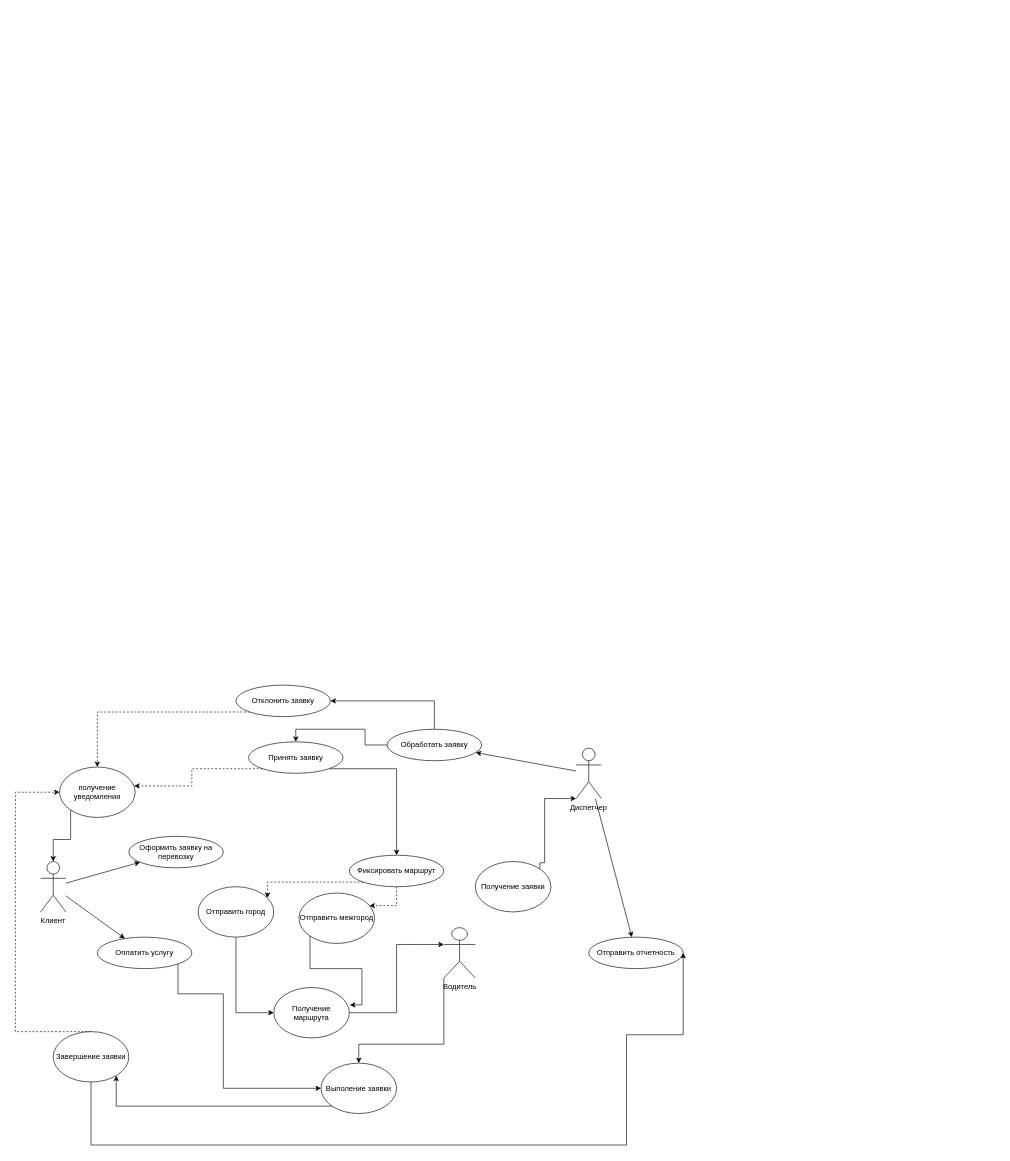
The draw.io diagram page "Автобаза - Прецеденты" (1 of 4) of Диаграмма без названия.drawio in MOLLIP-merzota/-, before the edit. Source tidied: cells renumbered, new cells numbered last; positions are measured from the earlier drawing's top-left corner, leaving out a move shared by most shapes. Both pictures are drawn from the tidied source at 63%, with x=0, y=0 at pixel (15, 685).
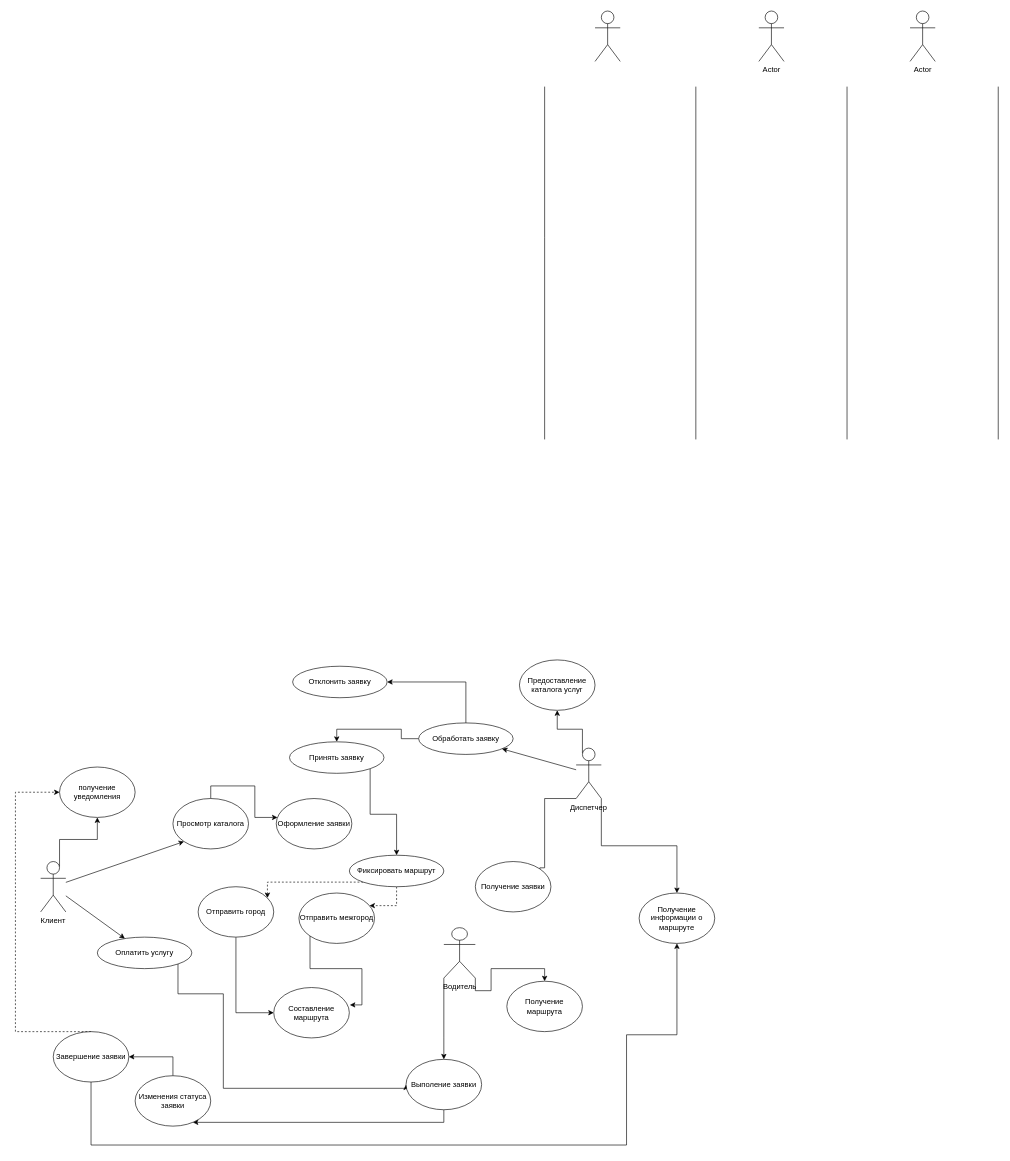
The same page after the edit.

The change refers to these unchanged cells:
```xml
<mxCell id="2" value="Клиент" style="shape=umlActor;verticalLabelPosition=bottom;verticalAlign=top;" parent="1" vertex="1">
  <mxGeometry x="40" y="280" width="40" height="80" as="geometry" />
</mxCell>
<mxCell id="3" value="Диспетчер" style="shape=umlActor;verticalLabelPosition=bottom;verticalAlign=top;" parent="1" vertex="1">
  <mxGeometry x="890" y="100" width="40" height="80" as="geometry" />
</mxCell>
<mxCell id="23" value="получение уведомления" style="ellipse;whiteSpace=wrap;html=1;" parent="1" vertex="1">
  <mxGeometry x="70" y="130" width="120" height="80" as="geometry" />
</mxCell>
<mxCell id="26" value="Водитель" style="shape=umlActor;verticalLabelPosition=bottom;verticalAlign=top;html=1;outlineConnect=0;" parent="1" vertex="1">
  <mxGeometry x="680" y="385" width="50" height="80" as="geometry" />
</mxCell>
<mxCell id="37" value="Завершение заявки" style="ellipse;whiteSpace=wrap;html=1;" parent="1" vertex="1">
  <mxGeometry x="60" y="550" width="120" height="80" as="geometry" />
</mxCell>
<mxCell id="38" value="Получение заявки" style="ellipse;whiteSpace=wrap;html=1;" parent="1" vertex="1">
  <mxGeometry x="730" y="280" width="120" height="80" as="geometry" />
</mxCell>
```

Change to the diagram source:
```diff
@@
+    <mxCell id="40" style="edgeStyle=orthogonalEdgeStyle;rounded=0;jettySize=auto;html=1;exitX=0.75;exitY=0.1;exitDx=0;exitDy=0;exitPerimeter=0;" parent="1" edge="1" source="2" target="23">
+      <mxGeometry relative="1" as="geometry" />
+    </mxCell>
@@
+    <mxCell id="41" style="edgeStyle=orthogonalEdgeStyle;rounded=0;jettySize=auto;html=1;exitX=1;exitY=1;exitDx=0;exitDy=0;exitPerimeter=0;" parent="1" edge="1" source="3" target="45">
+      <mxGeometry relative="1" as="geometry" />
+    </mxCell>
+    <mxCell id="42" style="edgeStyle=orthogonalEdgeStyle;rounded=0;jettySize=auto;html=1;exitX=0.25;exitY=0.1;exitDx=0;exitDy=0;exitPerimeter=0;" parent="1" edge="1" source="3" target="52">
+      <mxGeometry relative="1" as="geometry" />
+    </mxCell>
@@
-    <mxCell id="4" value="Оформить заявку на перевозку" style="ellipse;whiteSpace=wrap;" parent="1" vertex="1">
-      <mxGeometry x="180" y="240" width="150" height="50" as="geometry" />
-    </mxCell>
@@
     <mxCell id="9" value="Обработать заявку" style="ellipse;whiteSpace=wrap;" parent="1" vertex="1">
-      <mxGeometry x="590" y="70" width="150" height="50" as="geometry" />
+      <mxGeometry x="640" y="60" width="150" height="50" as="geometry" />
     </mxCell>
-    <mxCell id="10" style="edgeStyle=orthogonalEdgeStyle;rounded=0;jettySize=auto;html=1;exitX=0;exitY=1;exitDx=0;exitDy=0;dashed=1;" parent="1" edge="1" source="11" target="23">
-      <mxGeometry relative="1" as="geometry" />
-    </mxCell>
     <mxCell id="11" value="Отклонить заявку" style="ellipse;whiteSpace=wrap;" parent="1" vertex="1">
-      <mxGeometry x="350" width="150" height="50" as="geometry" />
+      <mxGeometry x="440" y="-30" width="150" height="50" as="geometry" />
     </mxCell>
@@
-    <mxCell id="15" value="Отправить отчетность" style="ellipse;whiteSpace=wrap;" parent="1" vertex="1">
-      <mxGeometry x="910" y="400" width="150" height="50" as="geometry" />
-    </mxCell>
-    <mxCell id="16" parent="1" edge="1" source="2" target="4">
+    <mxCell id="16" style="entryX=0;entryY=1;entryDx=0;entryDy=0;" parent="1" edge="1" source="2" target="49">
       <mxGeometry relative="1" as="geometry" />
     </mxCell>
@@
-    <mxCell id="19" parent="1" edge="1" source="3" target="15">
-      <mxGeometry relative="1" as="geometry" />
-    </mxCell>
@@
     <mxCell id="21" value="Принять заявку" style="ellipse;whiteSpace=wrap;html=1;" parent="1" vertex="1">
-      <mxGeometry x="370" y="90" width="150" height="50" as="geometry" />
+      <mxGeometry x="435" y="90" width="150" height="50" as="geometry" />
     </mxCell>
-    <mxCell id="22" style="edgeStyle=orthogonalEdgeStyle;rounded=0;jettySize=auto;html=1;exitX=0;exitY=1;exitDx=0;exitDy=0;" parent="1" edge="1" source="23" target="2">
-      <mxGeometry relative="1" as="geometry" />
-    </mxCell>
@@
-    <mxCell id="24" style="edgeStyle=orthogonalEdgeStyle;rounded=0;jettySize=auto;html=1;exitX=0;exitY=1;exitDx=0;exitDy=0;entryX=0.987;entryY=0.375;entryDx=0;entryDy=0;entryPerimeter=0;dashed=1;" parent="1" edge="1" source="21" target="23">
-      <mxGeometry relative="1" as="geometry" />
-    </mxCell>
     <mxCell id="25" style="edgeStyle=orthogonalEdgeStyle;rounded=0;jettySize=auto;html=1;exitX=0;exitY=1;exitDx=0;exitDy=0;exitPerimeter=0;" parent="1" edge="1" source="26" target="34">
       <mxGeometry relative="1" as="geometry">
         <Array as="points">
-          <mxPoint x="680" y="570" />
-          <mxPoint x="545" y="570" />
+          <mxPoint x="680" y="560" />
+          <mxPoint x="680" y="560" />
         </Array>
       </mxGeometry>
     </mxCell>
+    <mxCell id="43" style="edgeStyle=orthogonalEdgeStyle;rounded=0;jettySize=auto;html=1;exitX=1;exitY=1;exitDx=0;exitDy=0;exitPerimeter=0;" parent="1" edge="1" source="26" target="51">
+      <mxGeometry relative="1" as="geometry" />
+    </mxCell>
@@
-    <mxCell id="27" value="Получение маршрута" style="ellipse;whiteSpace=wrap;html=1;" parent="1" vertex="1">
+    <mxCell id="27" value="Составление маршрута" style="ellipse;whiteSpace=wrap;html=1;" parent="1" vertex="1">
       <mxGeometry x="410" y="480" width="120" height="80" as="geometry" />
     </mxCell>
-    <mxCell id="28" style="edgeStyle=orthogonalEdgeStyle;rounded=0;jettySize=auto;html=1;exitX=1;exitY=0.5;exitDx=0;exitDy=0;entryX=0;entryY=0.3333333333333333;entryDx=0;entryDy=0;entryPerimeter=0;" parent="1" edge="1" source="27" target="26">
-      <mxGeometry relative="1" as="geometry" />
-    </mxCell>
@@
-    <mxCell id="33" style="edgeStyle=orthogonalEdgeStyle;rounded=0;jettySize=auto;html=1;exitX=0;exitY=1;exitDx=0;exitDy=0;" parent="1" edge="1" source="34" target="37">
-      <mxGeometry relative="1" as="geometry">
-        <Array as="points">
-          <mxPoint x="160" y="668" />
-        </Array>
-      </mxGeometry>
-    </mxCell>
+    <mxCell id="44" style="edgeStyle=orthogonalEdgeStyle;rounded=0;jettySize=auto;html=1;exitX=0.5;exitY=1;exitDx=0;exitDy=0;" parent="1" edge="1" source="34" target="47">
+      <mxGeometry relative="1" as="geometry">
+        <Array as="points">
+          <mxPoint x="680" y="694" />
+          <mxPoint x="300" y="694" />
+        </Array>
+      </mxGeometry>
+    </mxCell>
     <mxCell id="34" value="Выполение заявки" style="ellipse;whiteSpace=wrap;html=1;" parent="1" vertex="1">
-      <mxGeometry x="485" y="600" width="120" height="80" as="geometry" />
+      <mxGeometry x="620" y="594" width="120" height="80" as="geometry" />
     </mxCell>
@@
-    <mxCell id="36" style="edgeStyle=orthogonalEdgeStyle;rounded=0;jettySize=auto;html=1;exitX=0.5;exitY=1;exitDx=0;exitDy=0;entryX=1;entryY=0.5;entryDx=0;entryDy=0;" parent="1" edge="1" source="37" target="15">
+    <mxCell id="36" style="edgeStyle=orthogonalEdgeStyle;rounded=0;jettySize=auto;html=1;exitX=0.5;exitY=1;exitDx=0;exitDy=0;entryX=0.5;entryY=1;entryDx=0;entryDy=0;" parent="1" edge="1" source="37" target="45">
       <mxGeometry relative="1" as="geometry">
         <Array as="points">
           <mxPoint x="120" y="730" />
           <mxPoint x="970" y="730" />
           <mxPoint x="970" y="555" />
+          <mxPoint x="1050" y="555" />
         </Array>
       </mxGeometry>
     </mxCell>
@@
-    <mxCell id="39" style="edgeStyle=orthogonalEdgeStyle;rounded=0;jettySize=auto;html=1;exitX=1;exitY=0;exitDx=0;exitDy=0;entryX=0;entryY=1;entryDx=0;entryDy=0;entryPerimeter=0;" parent="1" edge="1" source="38" target="3">
+    <mxCell id="39" style="edgeStyle=orthogonalEdgeStyle;rounded=0;jettySize=auto;html=1;exitX=1;exitY=0;exitDx=0;exitDy=0;entryX=0;entryY=1;entryDx=0;entryDy=0;entryPerimeter=0;endArrow=none;startFill=0;" parent="1" edge="1" source="38" target="3">
       <mxGeometry relative="1" as="geometry">
         <Array as="points">
-          <mxPoint x="840" y="282" />
+          <mxPoint x="832" y="290" />
+          <mxPoint x="840" y="290" />
           <mxPoint x="840" y="180" />
         </Array>
       </mxGeometry>
     </mxCell>
+    <mxCell id="45" value="Получение информации о маршруте" style="ellipse;whiteSpace=wrap;html=1;" parent="1" vertex="1">
+      <mxGeometry x="990" y="330" width="120" height="80" as="geometry" />
+    </mxCell>
+    <mxCell id="46" style="edgeStyle=orthogonalEdgeStyle;rounded=0;jettySize=auto;html=1;exitX=0.5;exitY=0;exitDx=0;exitDy=0;" parent="1" edge="1" source="47" target="37">
+      <mxGeometry relative="1" as="geometry" />
+    </mxCell>
+    <mxCell id="47" value="Изменения статуса заявки" style="ellipse;whiteSpace=wrap;html=1;" parent="1" vertex="1">
+      <mxGeometry x="190" y="620" width="120" height="80" as="geometry" />
+    </mxCell>
+    <mxCell id="48" style="edgeStyle=orthogonalEdgeStyle;rounded=0;jettySize=auto;html=1;exitX=0.5;exitY=0;exitDx=0;exitDy=0;" parent="1" edge="1" source="49" target="50">
+      <mxGeometry relative="1" as="geometry">
+        <Array as="points">
+          <mxPoint x="310" y="160" />
+          <mxPoint x="380" y="160" />
+          <mxPoint x="380" y="210" />
+        </Array>
+      </mxGeometry>
+    </mxCell>
+    <mxCell id="49" value="Просмотр каталога" style="ellipse;whiteSpace=wrap;html=1;" parent="1" vertex="1">
+      <mxGeometry x="250" y="180" width="120" height="80" as="geometry" />
+    </mxCell>
+    <mxCell id="50" value="Оформление заявки" style="ellipse;whiteSpace=wrap;html=1;" parent="1" vertex="1">
+      <mxGeometry x="414" y="180" width="120" height="80" as="geometry" />
+    </mxCell>
+    <mxCell id="51" value="Получение маршрута" style="ellipse;whiteSpace=wrap;html=1;" parent="1" vertex="1">
+      <mxGeometry x="780" y="470" width="120" height="80" as="geometry" />
+    </mxCell>
+    <mxCell id="52" value="Предоставление каталога услуг" style="ellipse;whiteSpace=wrap;html=1;" parent="1" vertex="1">
+      <mxGeometry x="800" y="-40" width="120" height="80" as="geometry" />
+    </mxCell>
+    <mxCell id="53" style="endArrow=none;html=1;rounded=0;" parent="1" edge="1">
+      <mxGeometry relative="1" as="geometry">
+        <mxPoint x="1080" y="-390" as="sourcePoint" />
+        <mxPoint x="1080" y="-950" as="targetPoint" />
+      </mxGeometry>
+    </mxCell>
+    <mxCell id="54" style="endArrow=none;html=1;rounded=0;" parent="1" edge="1">
+      <mxGeometry relative="1" as="geometry">
+        <mxPoint x="1320" y="-390" as="sourcePoint" />
+        <mxPoint x="1320" y="-950" as="targetPoint" />
+      </mxGeometry>
+    </mxCell>
+    <mxCell id="55" style="endArrow=none;html=1;rounded=0;" parent="1" edge="1">
+      <mxGeometry relative="1" as="geometry">
+        <mxPoint x="1560" y="-390" as="sourcePoint" />
+        <mxPoint x="1560" y="-950" as="targetPoint" />
+      </mxGeometry>
+    </mxCell>
+    <mxCell id="56" style="endArrow=none;html=1;rounded=0;" parent="1" edge="1">
+      <mxGeometry relative="1" as="geometry">
+        <mxPoint x="840" y="-390" as="sourcePoint" />
+        <mxPoint x="840" y="-950" as="targetPoint" />
+        <Array as="points">
+          <mxPoint x="840" y="-710" />
+        </Array>
+      </mxGeometry>
+    </mxCell>
+    <mxCell id="57" style="shape=umlActor;verticalLabelPosition=bottom;verticalAlign=top;html=1;" parent="1" vertex="1">
+      <mxGeometry x="920" y="-1070" width="40" height="80" as="geometry" />
+    </mxCell>
+    <mxCell id="58" value="Actor" style="shape=umlActor;verticalLabelPosition=bottom;verticalAlign=top;html=1;" parent="1" vertex="1">
+      <mxGeometry x="1180" y="-1070" width="40" height="80" as="geometry" />
+    </mxCell>
+    <mxCell id="59" value="Actor" style="shape=umlActor;verticalLabelPosition=bottom;verticalAlign=top;html=1;" parent="1" vertex="1">
+      <mxGeometry x="1420" y="-1070" width="40" height="80" as="geometry" />
+    </mxCell>
```
